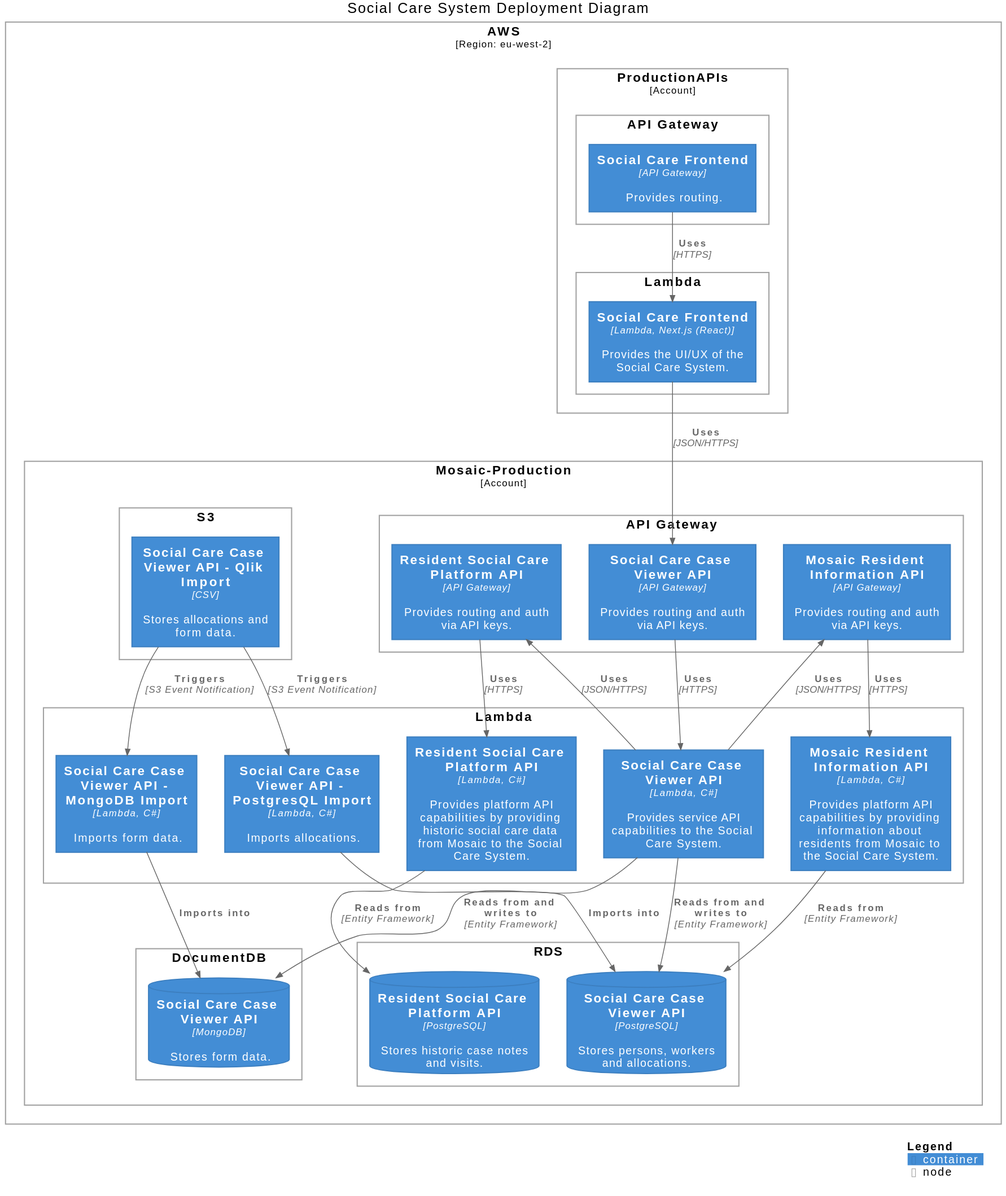
Above: images/deployment.svg in LBHackney-IT/social-care-architecture (PlantUML), before the change. Its diagram source:
```plantuml
@startuml
!include https://raw.githubusercontent.com/plantuml-stdlib/C4-PlantUML/v2.2.0/C4_Deployment.puml


!include https://raw.githubusercontent.com/LBHackney-IT/cv-19-res-support-v3/development/docs/diagrams/c4_shared.puml

title Social Care System Deployment Diagram

Deployment_Node(aws, "AWS", "Region: eu-west-2") {
  Deployment_Node(aws_production_apis, "ProductionAPIs", "Account") {
    Deployment_Node(aws_production_apis_api_gateway, "API Gateway") {
      Container(frontend_api_gateway, "Social Care Frontend", "API Gateway", "Provides routing.")
    }

    Deployment_Node(aws_production_apis_lambda, "Lambda") {
      Container(frontend_api_lambda, "Social Care Frontend", "Lambda, Next.js (React)", "Provides the UI/UX of the Social Care System.")
    }
  }

  Deployment_Node(aws_mosaic_production, "Mosaic-Production", "Account") {
    Deployment_Node(aws_mosaic_production_api_gateway, "API Gateway") {
      Container(service_api_api_gateway, "Social Care Case Viewer API", "API Gateway", "Provides routing and auth via API keys.")
      Container(mosaic_platform_api_api_gateway, "Mosaic Resident Information API", "API Gateway", "Provides routing and auth via API keys.")
      Container(platform_api_api_gateway, "Resident Social Care Platform API", "API Gateway", "Provides routing and auth via API keys.")
    }

    Deployment_Node(aws_mosaic_production_lambda, "Lambda") {
      Container(service_api_lambda, "Social Care Case Viewer API", "Lambda, C#", "Provides service API capabilities to the Social Care System.")
      Container(service_api_pg_import_lambda, "Social Care Case Viewer API - PostgresQL Import", "Lambda, C#", "Imports allocations.")
      Container(service_api_mongodb_import_lambda, "Social Care Case Viewer API - MongoDB Import", "Lambda, C#", "Imports form data.")
      Container(mosaic_platform_api_lambda, "Mosaic Resident Information API", "Lambda, C#", "Provides platform API capabilities by providing information about residents from Mosaic to the Social Care System.")
      Container(platform_api_lambda, "Resident Social Care Platform API", "Lambda, C#", "Provides platform API capabilities by providing historic social care data from Mosaic to the Social Care System.")
    }

    Deployment_Node(aws_mosaic_production_docdb, "DocumentDB") {
      ContainerDb(service_api_docdb, "Social Care Case Viewer API", "MongoDB", "Stores form data.")
    }

    Deployment_Node(aws_mosaic_production_rds, "RDS") {
      ContainerDb(service_api_rds, "Social Care Case Viewer API", "PostgreSQL", "Stores persons, workers and allocations.")
      ContainerDb(platform_api_rds, "Resident Social Care Platform API", "PostgreSQL", "Stores historic case notes and visits.")
    }

    Deployment_Node(aws_mosaic_production_s3, "S3") {
      Container(service_api_s3, "Social Care Case Viewer API - Qlik Import", "CSV", "Stores allocations and form data.")
    }
  }
}

Rel(frontend_api_gateway, frontend_api_lambda, "Uses", "HTTPS")
Rel(frontend_api_lambda, service_api_api_gateway, "Uses", "JSON/HTTPS")

Rel(service_api_api_gateway, service_api_lambda, "Uses", "HTTPS")
Rel(service_api_lambda, service_api_rds, "Reads from and writes to", "Entity Framework")
Rel(service_api_lambda, service_api_docdb, "Reads from and writes to", "Entity Framework")

Rel(service_api_s3, service_api_mongodb_import_lambda, "Triggers", "S3 Event Notification")
Rel(service_api_mongodb_import_lambda, service_api_docdb, "Imports into")

Rel(service_api_s3, service_api_pg_import_lambda, "Triggers", "S3 Event Notification")
Rel(service_api_pg_import_lambda, service_api_rds, "Imports into")

Rel(service_api_lambda, mosaic_platform_api_api_gateway, "Uses", "JSON/HTTPS")
Rel(mosaic_platform_api_api_gateway, mosaic_platform_api_lambda, "Uses", "HTTPS")
Rel(mosaic_platform_api_lambda, service_api_rds, "Reads from", "Entity Framework")

Rel(service_api_lambda, platform_api_api_gateway, "Uses", "JSON/HTTPS")
Rel(platform_api_api_gateway, platform_api_lambda, "Uses", "HTTPS")
Rel(platform_api_lambda, platform_api_rds, "Reads from", "Entity Framework")

SHOW_DYNAMIC_LEGEND()
@enduml
```
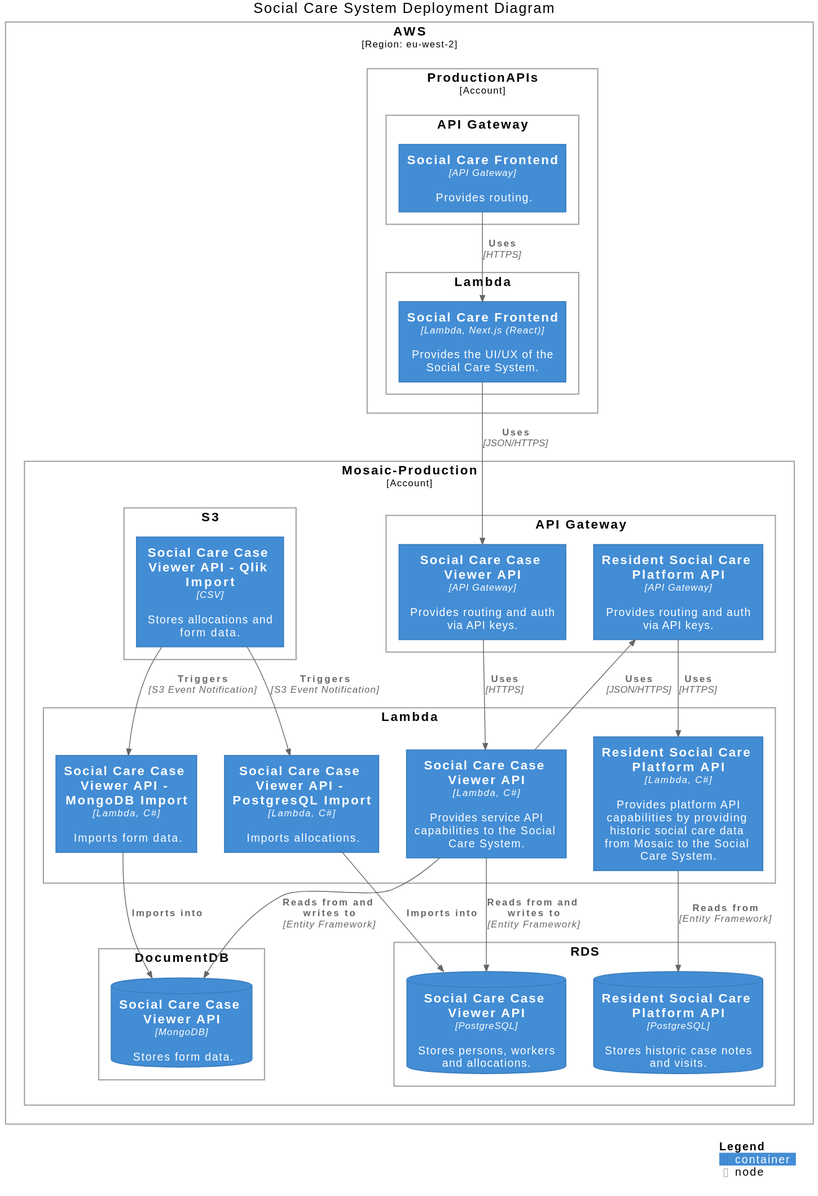
After the change.

Commit message:
remove references to mosaic api

What changed in the source:
```diff
@@ -20,7 +20,6 @@
   Deployment_Node(aws_mosaic_production, "Mosaic-Production", "Account") {
     Deployment_Node(aws_mosaic_production_api_gateway, "API Gateway") {
       Container(service_api_api_gateway, "Social Care Case Viewer API", "API Gateway", "Provides routing and auth via API keys.")
-      Container(mosaic_platform_api_api_gateway, "Mosaic Resident Information API", "API Gateway", "Provides routing and auth via API keys.")
       Container(platform_api_api_gateway, "Resident Social Care Platform API", "API Gateway", "Provides routing and auth via API keys.")
     }
 
@@ -28,7 +27,6 @@
       Container(service_api_lambda, "Social Care Case Viewer API", "Lambda, C#", "Provides service API capabilities to the Social Care System.")
       Container(service_api_pg_import_lambda, "Social Care Case Viewer API - PostgresQL Import", "Lambda, C#", "Imports allocations.")
       Container(service_api_mongodb_import_lambda, "Social Care Case Viewer API - MongoDB Import", "Lambda, C#", "Imports form data.")
-      Container(mosaic_platform_api_lambda, "Mosaic Resident Information API", "Lambda, C#", "Provides platform API capabilities by providing information about residents from Mosaic to the Social Care System.")
       Container(platform_api_lambda, "Resident Social Care Platform API", "Lambda, C#", "Provides platform API capabilities by providing historic social care data from Mosaic to the Social Care System.")
     }
 
@@ -60,10 +58,6 @@
 Rel(service_api_s3, service_api_pg_import_lambda, "Triggers", "S3 Event Notification")
 Rel(service_api_pg_import_lambda, service_api_rds, "Imports into")
 
-Rel(service_api_lambda, mosaic_platform_api_api_gateway, "Uses", "JSON/HTTPS")
-Rel(mosaic_platform_api_api_gateway, mosaic_platform_api_lambda, "Uses", "HTTPS")
-Rel(mosaic_platform_api_lambda, service_api_rds, "Reads from", "Entity Framework")
-
 Rel(service_api_lambda, platform_api_api_gateway, "Uses", "JSON/HTTPS")
 Rel(platform_api_api_gateway, platform_api_lambda, "Uses", "HTTPS")
 Rel(platform_api_lambda, platform_api_rds, "Reads from", "Entity Framework")
```
